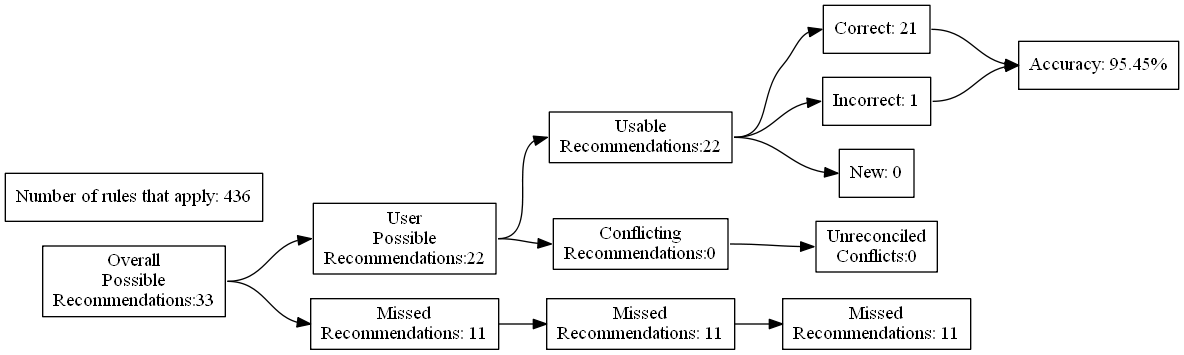
The Graphviz diagram test_renders/85.gv.png in ZaxR/ibd_diet_analysis, before a commit. Its source is kept beside it as test_renders/85.gv.
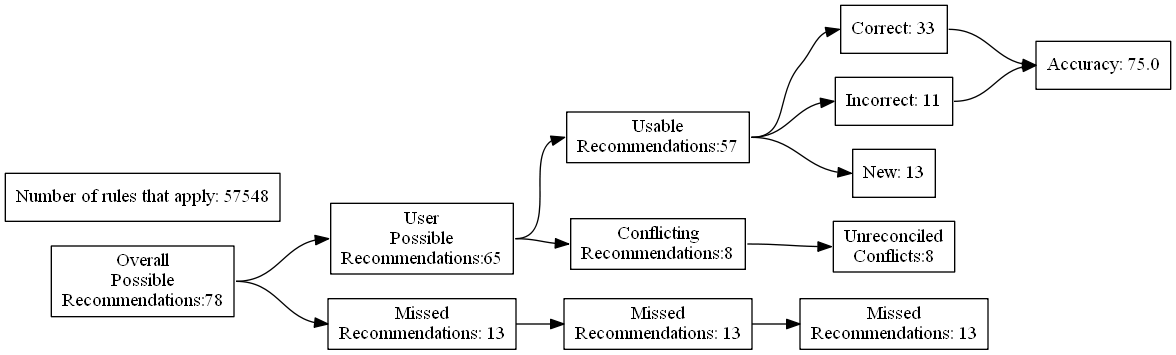
Later version of the same file.

Change to the diagram source:
```diff
@@ -4,27 +4,27 @@
 	edge [headport=w tailport=e]
 		A [label="Overall
 Possible
-Recommendations:33"]
+Recommendations:78"]
 		B [label="User
 Possible
-Recommendations:22"]
+Recommendations:65"]
 		C [label="Missed
-Recommendations: 11"]
+Recommendations: 13"]
 		D [label="Usable
-Recommendations:22"]
+Recommendations:57"]
 		E [label="Conflicting
-Recommendations:0"]
+Recommendations:8"]
 		J [label="Missed
-Recommendations: 11"]
+Recommendations: 13"]
 		M [label="Unreconciled
-Conflicts:0"]
-		F [label="Correct: 21"]
-		G [label="Incorrect: 1"]
-		H [label="New: 0"]
+Conflicts:8"]
+		F [label="Correct: 33"]
+		G [label="Incorrect: 11"]
+		H [label="New: 13"]
 		K [label="Missed
-Recommendations: 11"]
-		I [label="Accuracy: 95.45%"]
-		l [label="Number of rules that apply: 436"]
+Recommendations: 13"]
+		I [label="Accuracy: 75.0"]
+		l [label="Number of rules that apply: 57548"]
 			A -> B
 			A -> C
 			B -> D
```
